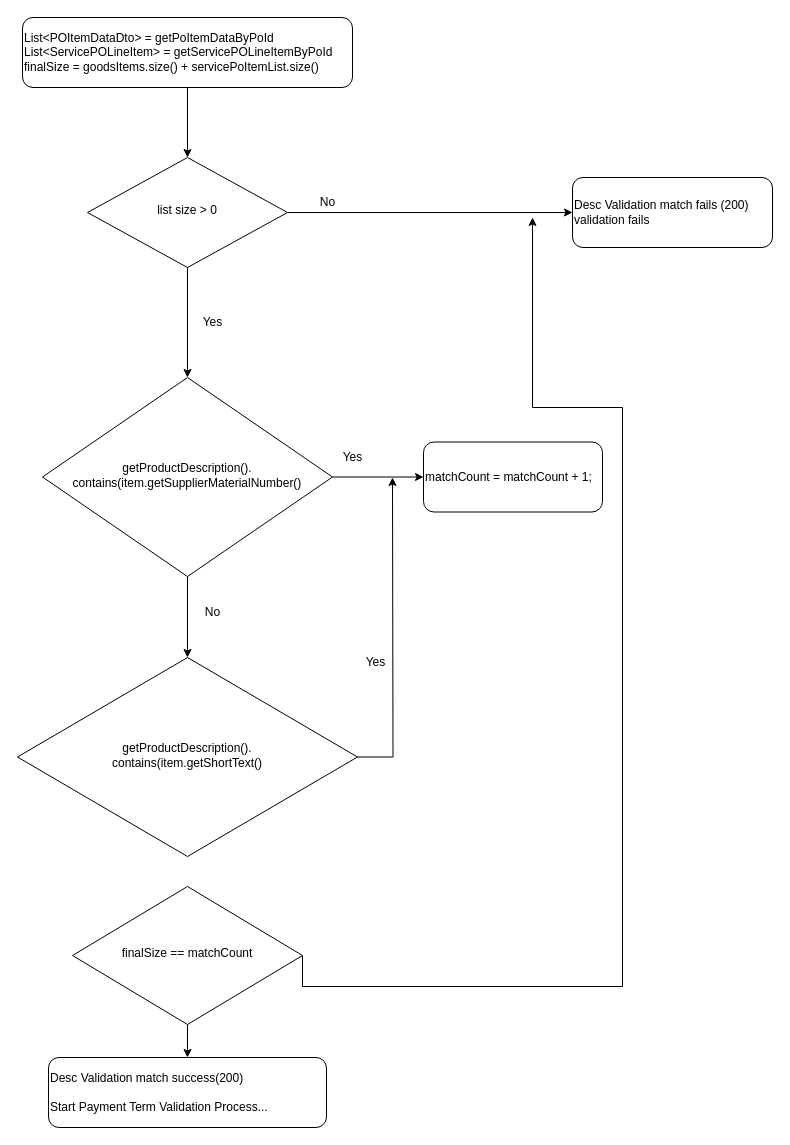
This is page "Description Validation 200" (5 of 6) of Invoice management/IMA Validation technical Diagram.drawio from pratikdimble/Diagram, a draw.io file, before an edit. Source tidied: cells renumbered, new cells numbered last; positions are measured from the earlier drawing's top-left corner, leaving out a move shared by most shapes. Both pictures are drawn from the tidied source at 100%, with x=0, y=0 at pixel (17, 17).
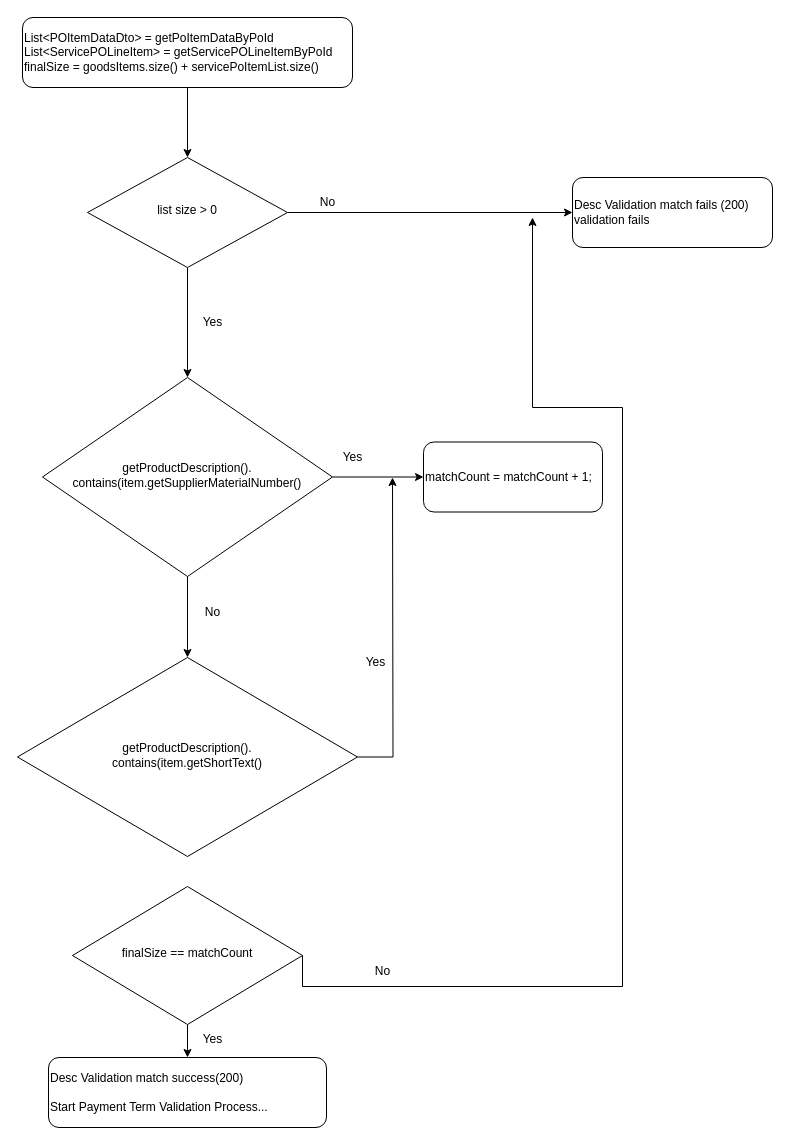
The same page after the edit.

The edit, as a diff of the source:
```diff
@@
+    <mxCell id="24" value="No" style="text;html=1;align=center;verticalAlign=middle;strokeColor=none;fillColor=none;" parent="1" vertex="1">
+      <mxGeometry x="345" y="939" width="40" height="30" as="geometry" />
+    </mxCell>
+    <mxCell id="25" value="Yes" style="text;html=1;align=center;verticalAlign=middle;strokeColor=none;fillColor=none;" parent="1" vertex="1">
+      <mxGeometry x="175" y="1007" width="40" height="30" as="geometry" />
+    </mxCell>
```
